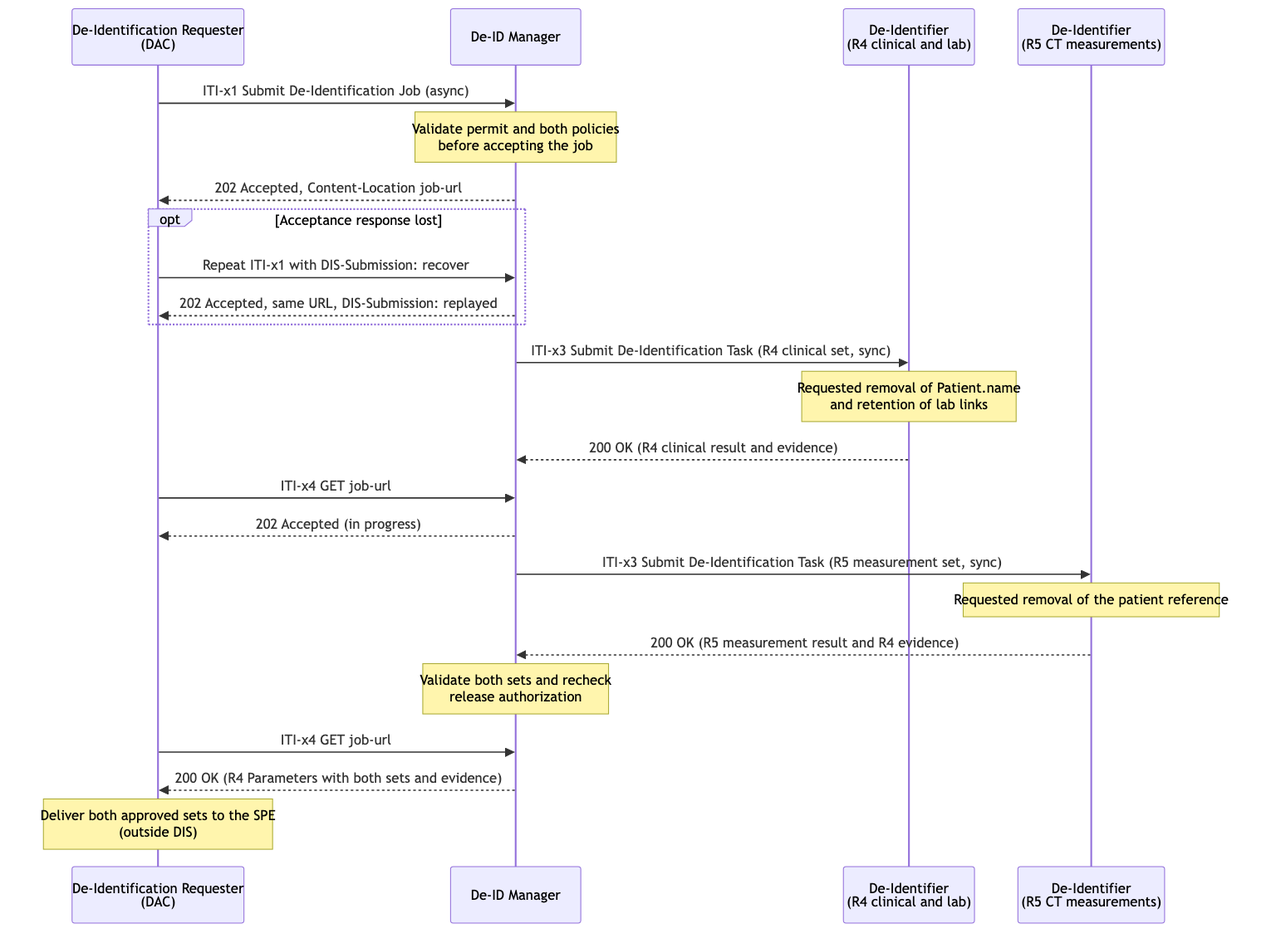
Earlier version of the Mermaid export input/images/dis-uc2-ai-ml-development.png (IHE/ITI.DIS). Its source is kept beside it as input/images-source/dis-uc2-ai-ml-development.mmd.
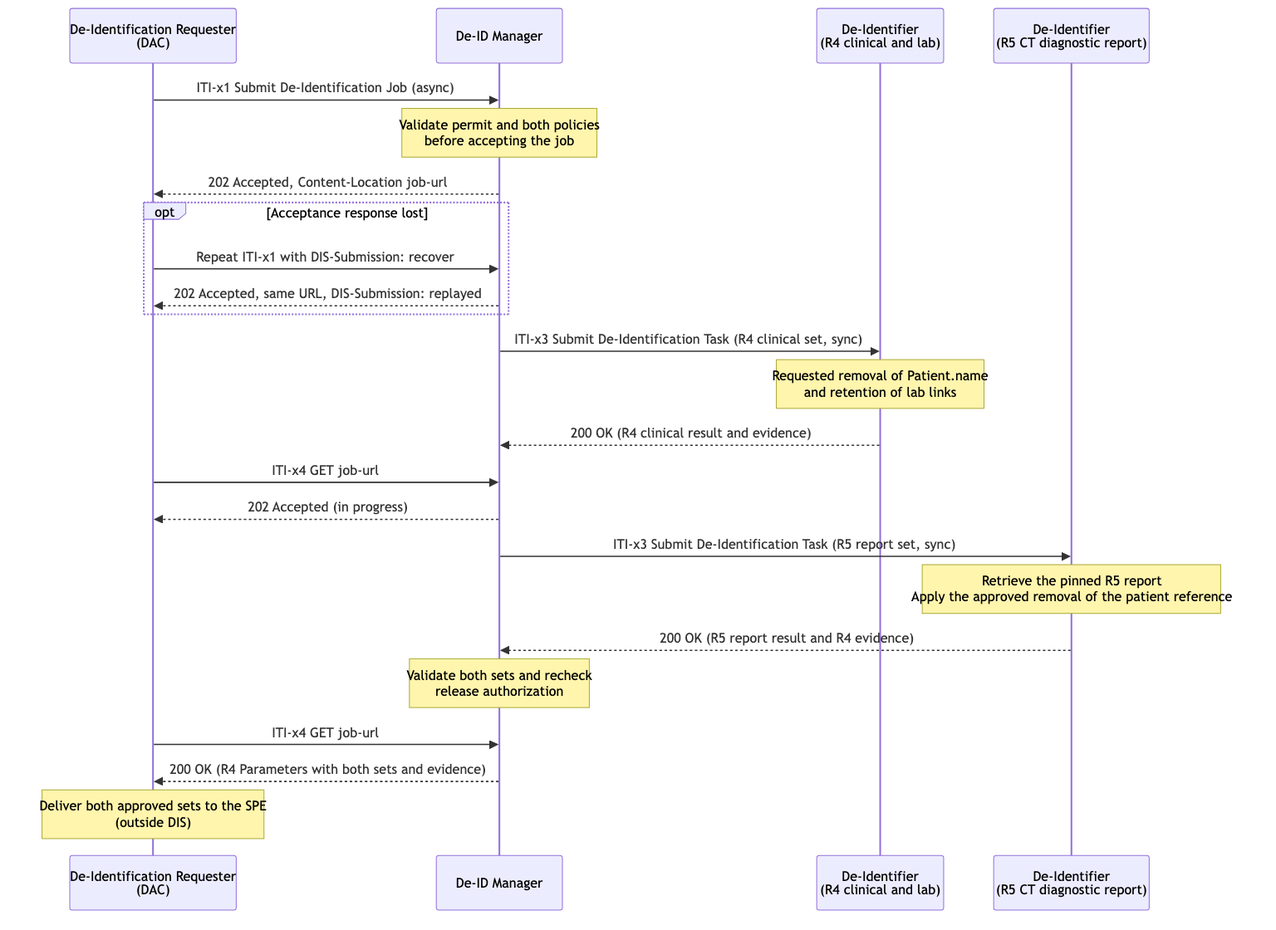
After the change.

Change to the diagram source:
```diff
@@ -2,7 +2,7 @@
     participant DAC as De-Identification Requester<br/>(DAC)
     participant MGR as De-ID Manager
     participant DI_C as De-Identifier<br/>(R4 clinical and lab)
-    participant DI_I as De-Identifier<br/>(R5 CT measurements)
+    participant DI_I as De-Identifier<br/>(R5 CT diagnostic report)
 
     DAC->>MGR: ITI-x1 Submit De-Identification Job (async)
     Note over MGR: Validate permit and both policies<br/>before accepting the job
@@ -19,9 +19,9 @@
     DAC->>MGR: ITI-x4 GET job-url
     MGR-->>DAC: 202 Accepted (in progress)
 
-    MGR->>DI_I: ITI-x3 Submit De-Identification Task (R5 measurement set, sync)
-    Note over DI_I: Requested removal of the patient reference
-    DI_I-->>MGR: 200 OK (R5 measurement result and R4 evidence)
+    MGR->>DI_I: ITI-x3 Submit De-Identification Task (R5 report set, sync)
+    Note over DI_I: Retrieve the pinned R5 report<br/>Apply the approved removal of the patient reference
+    DI_I-->>MGR: 200 OK (R5 report result and R4 evidence)
     Note over MGR: Validate both sets and recheck<br/>release authorization
     DAC->>MGR: ITI-x4 GET job-url
     MGR-->>DAC: 200 OK (R4 Parameters with both sets and evidence)
```
